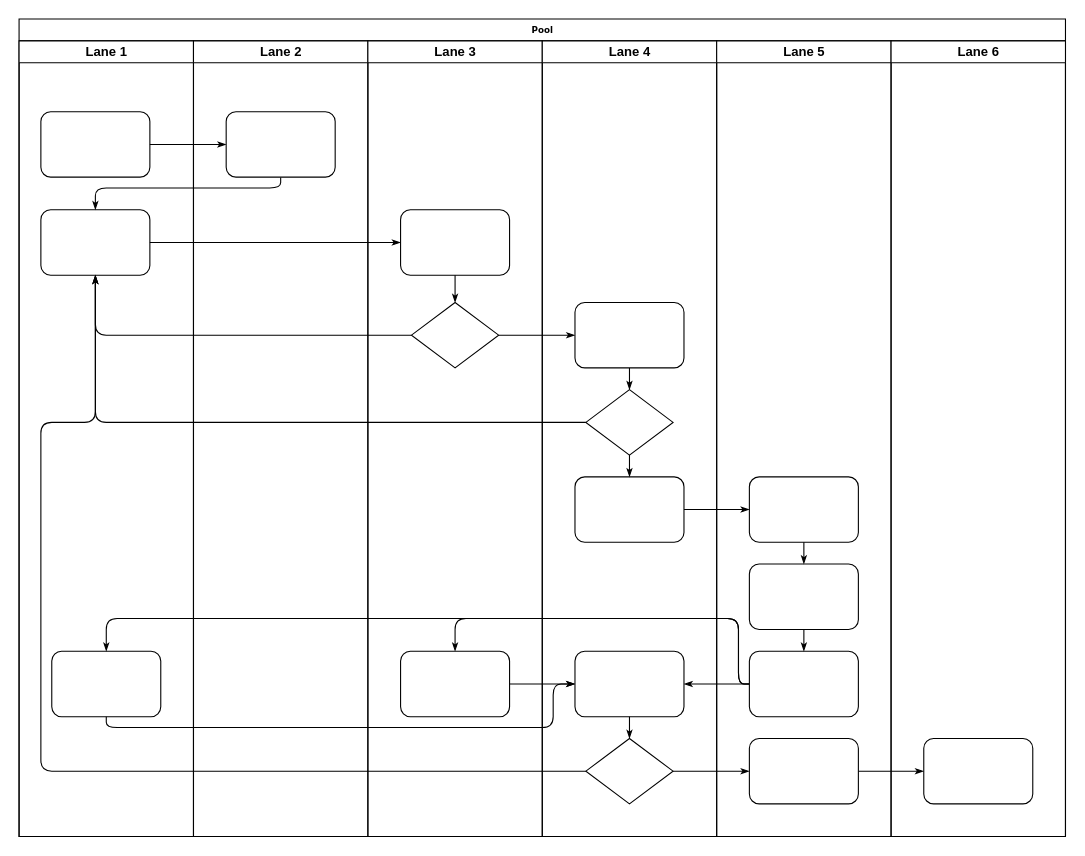
Above: Untitled Diagram.drawio in Cash1595/Rajah__IT311-Project-Repo (draw.io), before the change. Source tidied: cells renumbered, new cells numbered last; positions are measured from the earlier drawing's top-left corner, leaving out a move shared by most shapes. Both pictures are drawn from the tidied source at 109%, with x=0, y=0 at pixel (19, 19).
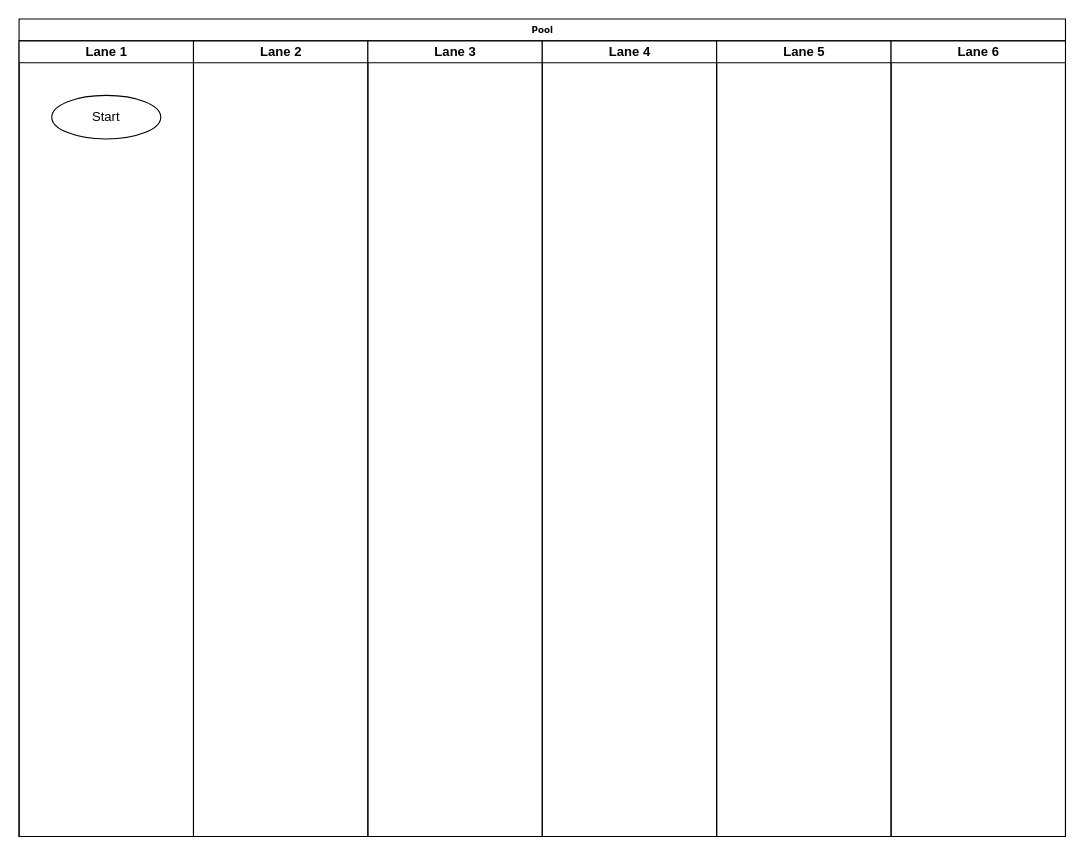
The same diagram, later.

The change refers to these unchanged cells:
```xml
<mxCell id="2" value="Pool" style="swimlane;html=1;startSize=20;rounded=0;shadow=0;labelBackgroundColor=none;strokeWidth=1;fontFamily=Verdana;fontSize=8;align=center;" parent="1" vertex="1">
  <mxGeometry width="960" height="750" as="geometry" />
</mxCell>
<mxCell id="3" value="Lane 1" style="swimlane;html=1;startSize=20;" parent="2" vertex="1">
  <mxGeometry y="20" width="160" height="730" as="geometry" />
</mxCell>
<mxCell id="22" value="Lane 2" style="swimlane;html=1;startSize=20;" parent="2" vertex="1">
  <mxGeometry x="160" y="20" width="160" height="730" as="geometry" />
</mxCell>
<mxCell id="24" value="Lane 3" style="swimlane;html=1;startSize=20;" parent="2" vertex="1">
  <mxGeometry x="320" y="20" width="160" height="730" as="geometry" />
</mxCell>
<mxCell id="29" value="Lane 4" style="swimlane;html=1;startSize=20;" parent="2" vertex="1">
  <mxGeometry x="480" y="20" width="160" height="730" as="geometry" />
</mxCell>
<mxCell id="38" value="Lane 5" style="swimlane;html=1;startSize=20;" parent="2" vertex="1">
  <mxGeometry x="640" y="20" width="160" height="730" as="geometry" />
</mxCell>
<mxCell id="45" value="Lane 6" style="swimlane;html=1;startSize=20;" parent="2" vertex="1">
  <mxGeometry x="800" y="20" width="160" height="730" as="geometry" />
</mxCell>
```

Diff of the diagram source:
```diff
@@
-    <mxCell id="4" style="rounded=1;whiteSpace=wrap;html=1;shadow=0;labelBackgroundColor=none;strokeWidth=1;fontFamily=Verdana;fontSize=8;align=center;" parent="3" vertex="1">
-      <mxGeometry x="20" y="65" width="100" height="60" as="geometry" />
-    </mxCell>
-    <mxCell id="5" style="rounded=1;whiteSpace=wrap;html=1;shadow=0;labelBackgroundColor=none;strokeWidth=1;fontFamily=Verdana;fontSize=8;align=center;" parent="3" vertex="1">
-      <mxGeometry x="20" y="155" width="100" height="60" as="geometry" />
-    </mxCell>
-    <mxCell id="6" style="rounded=1;whiteSpace=wrap;html=1;shadow=0;labelBackgroundColor=none;strokeWidth=1;fontFamily=Verdana;fontSize=8;align=center;" parent="3" vertex="1">
-      <mxGeometry x="30" y="560" width="100" height="60" as="geometry" />
-    </mxCell>
-    <mxCell id="7" style="edgeStyle=orthogonalEdgeStyle;rounded=1;html=1;labelBackgroundColor=none;startArrow=none;startFill=0;startSize=5;endArrow=classicThin;endFill=1;endSize=5;jettySize=auto;strokeWidth=1;fontFamily=Verdana;fontSize=8;" parent="2" edge="1" source="4" target="23">
-      <mxGeometry relative="1" as="geometry" />
-    </mxCell>
-    <mxCell id="8" style="edgeStyle=orthogonalEdgeStyle;rounded=1;html=1;labelBackgroundColor=none;startArrow=none;startFill=0;startSize=5;endArrow=classicThin;endFill=1;endSize=5;jettySize=auto;strokeWidth=1;fontFamily=Verdana;fontSize=8;" parent="2" edge="1" source="23" target="5">
-      <mxGeometry relative="1" as="geometry">
-        <Array as="points">
-          <mxPoint x="240" y="155" />
-          <mxPoint x="70" y="155" />
-        </Array>
-      </mxGeometry>
-    </mxCell>
-    <mxCell id="9" style="edgeStyle=orthogonalEdgeStyle;rounded=1;html=1;labelBackgroundColor=none;startArrow=none;startFill=0;startSize=5;endArrow=classicThin;endFill=1;endSize=5;jettySize=auto;strokeWidth=1;fontFamily=Verdana;fontSize=8;" parent="2" edge="1" source="5" target="25">
-      <mxGeometry relative="1" as="geometry" />
-    </mxCell>
-    <mxCell id="10" style="edgeStyle=orthogonalEdgeStyle;rounded=1;html=1;labelBackgroundColor=none;startArrow=none;startFill=0;startSize=5;endArrow=classicThin;endFill=1;endSize=5;jettySize=auto;strokeWidth=1;fontFamily=Verdana;fontSize=8;" parent="2" edge="1" source="26" target="5">
-      <mxGeometry relative="1" as="geometry" />
-    </mxCell>
-    <mxCell id="11" style="edgeStyle=orthogonalEdgeStyle;rounded=1;html=1;labelBackgroundColor=none;startArrow=none;startFill=0;startSize=5;endArrow=classicThin;endFill=1;endSize=5;jettySize=auto;strokeWidth=1;fontFamily=Verdana;fontSize=8;" parent="2" edge="1" source="31" target="5">
-      <mxGeometry relative="1" as="geometry" />
-    </mxCell>
-    <mxCell id="12" style="edgeStyle=orthogonalEdgeStyle;rounded=1;html=1;labelBackgroundColor=none;startArrow=none;startFill=0;startSize=5;endArrow=classicThin;endFill=1;endSize=5;jettySize=auto;strokeWidth=1;fontFamily=Verdana;fontSize=8;" parent="2" edge="1" source="34" target="5">
-      <mxGeometry relative="1" as="geometry">
-        <Array as="points">
-          <mxPoint x="20" y="690" />
-          <mxPoint x="20" y="370" />
-          <mxPoint x="70" y="370" />
-        </Array>
-      </mxGeometry>
-    </mxCell>
-    <mxCell id="13" style="edgeStyle=orthogonalEdgeStyle;rounded=1;html=1;labelBackgroundColor=none;startArrow=none;startFill=0;startSize=5;endArrow=classicThin;endFill=1;endSize=5;jettySize=auto;strokeWidth=1;fontFamily=Verdana;fontSize=8;" parent="2" edge="1" source="26" target="30">
-      <mxGeometry relative="1" as="geometry" />
-    </mxCell>
-    <mxCell id="14" style="edgeStyle=orthogonalEdgeStyle;rounded=1;html=1;labelBackgroundColor=none;startArrow=none;startFill=0;startSize=5;endArrow=classicThin;endFill=1;endSize=5;jettySize=auto;strokeWidth=1;fontFamily=Verdana;fontSize=8;" parent="2" edge="1" source="34" target="42">
-      <mxGeometry relative="1" as="geometry" />
-    </mxCell>
-    <mxCell id="15" style="edgeStyle=orthogonalEdgeStyle;rounded=1;html=1;labelBackgroundColor=none;startArrow=none;startFill=0;startSize=5;endArrow=classicThin;endFill=1;endSize=5;jettySize=auto;strokeWidth=1;fontFamily=Verdana;fontSize=8;" parent="2" edge="1" source="42" target="46">
-      <mxGeometry relative="1" as="geometry" />
-    </mxCell>
-    <mxCell id="16" style="edgeStyle=orthogonalEdgeStyle;rounded=1;html=1;labelBackgroundColor=none;startArrow=none;startFill=0;startSize=5;endArrow=classicThin;endFill=1;endSize=5;jettySize=auto;strokeWidth=1;fontFamily=Verdana;fontSize=8;" parent="2" edge="1" source="32" target="39">
-      <mxGeometry relative="1" as="geometry" />
-    </mxCell>
-    <mxCell id="17" style="edgeStyle=orthogonalEdgeStyle;rounded=1;html=1;labelBackgroundColor=none;startArrow=none;startFill=0;startSize=5;endArrow=classicThin;endFill=1;endSize=5;jettySize=auto;strokeWidth=1;fontFamily=Verdana;fontSize=8;" parent="2" edge="1" source="41" target="27">
-      <mxGeometry relative="1" as="geometry">
-        <Array as="points">
-          <mxPoint x="660" y="610" />
-          <mxPoint x="660" y="550" />
-          <mxPoint x="400" y="550" />
-        </Array>
-      </mxGeometry>
-    </mxCell>
-    <mxCell id="18" style="edgeStyle=orthogonalEdgeStyle;rounded=1;html=1;labelBackgroundColor=none;startArrow=none;startFill=0;startSize=5;endArrow=classicThin;endFill=1;endSize=5;jettySize=auto;strokeColor=#000000;strokeWidth=1;fontFamily=Verdana;fontSize=8;fontColor=#000000;" parent="2" edge="1" source="41" target="33">
-      <mxGeometry relative="1" as="geometry" />
-    </mxCell>
-    <mxCell id="19" style="edgeStyle=orthogonalEdgeStyle;rounded=1;html=1;labelBackgroundColor=none;startArrow=none;startFill=0;startSize=5;endArrow=classicThin;endFill=1;endSize=5;jettySize=auto;strokeWidth=1;fontFamily=Verdana;fontSize=8;" parent="2" edge="1" source="41" target="6">
-      <mxGeometry relative="1" as="geometry">
-        <Array as="points">
-          <mxPoint x="660" y="610" />
-          <mxPoint x="660" y="550" />
-          <mxPoint x="80" y="550" />
-        </Array>
-      </mxGeometry>
-    </mxCell>
-    <mxCell id="20" style="edgeStyle=orthogonalEdgeStyle;rounded=1;html=1;labelBackgroundColor=none;startArrow=none;startFill=0;startSize=5;endArrow=classicThin;endFill=1;endSize=5;jettySize=auto;strokeWidth=1;fontFamily=Verdana;fontSize=8;" parent="2" edge="1" source="6" target="33">
-      <mxGeometry relative="1" as="geometry">
-        <Array as="points">
-          <mxPoint x="80" y="650" />
-          <mxPoint x="490" y="650" />
-          <mxPoint x="490" y="610" />
-        </Array>
-      </mxGeometry>
-    </mxCell>
-    <mxCell id="21" style="edgeStyle=orthogonalEdgeStyle;rounded=1;html=1;labelBackgroundColor=none;startArrow=none;startFill=0;startSize=5;endArrow=classicThin;endFill=1;endSize=5;jettySize=auto;strokeWidth=1;fontFamily=Verdana;fontSize=8;" parent="2" edge="1" source="27" target="33">
-      <mxGeometry relative="1" as="geometry" />
-    </mxCell>
+    <mxCell id="47" value="Start" style="ellipse;whiteSpace=wrap;html=1;" parent="3" vertex="1">
+      <mxGeometry x="30" y="50" width="100" height="40" as="geometry" />
+    </mxCell>
@@
-    <mxCell id="23" style="rounded=1;whiteSpace=wrap;html=1;shadow=0;labelBackgroundColor=none;strokeWidth=1;fontFamily=Verdana;fontSize=8;align=center;" parent="22" vertex="1">
-      <mxGeometry x="30" y="65" width="100" height="60" as="geometry" />
-    </mxCell>
@@
-    <mxCell id="25" style="rounded=1;whiteSpace=wrap;html=1;shadow=0;labelBackgroundColor=none;strokeWidth=1;fontFamily=Verdana;fontSize=8;align=center;" parent="24" vertex="1">
-      <mxGeometry x="30" y="155" width="100" height="60" as="geometry" />
-    </mxCell>
-    <mxCell id="26" style="rhombus;whiteSpace=wrap;html=1;rounded=0;shadow=0;labelBackgroundColor=none;strokeWidth=1;fontFamily=Verdana;fontSize=8;align=center;" parent="24" vertex="1">
-      <mxGeometry x="40" y="240" width="80" height="60" as="geometry" />
-    </mxCell>
-    <mxCell id="27" style="rounded=1;whiteSpace=wrap;html=1;shadow=0;labelBackgroundColor=none;strokeWidth=1;fontFamily=Verdana;fontSize=8;align=center;" parent="24" vertex="1">
-      <mxGeometry x="30" y="560" width="100" height="60" as="geometry" />
-    </mxCell>
-    <mxCell id="28" style="edgeStyle=orthogonalEdgeStyle;rounded=1;html=1;labelBackgroundColor=none;startArrow=none;startFill=0;startSize=5;endArrow=classicThin;endFill=1;endSize=5;jettySize=auto;strokeWidth=1;fontFamily=Verdana;fontSize=8;" parent="24" edge="1" source="25" target="26">
-      <mxGeometry relative="1" as="geometry" />
-    </mxCell>
@@
-    <mxCell id="30" style="rounded=1;whiteSpace=wrap;html=1;shadow=0;labelBackgroundColor=none;strokeWidth=1;fontFamily=Verdana;fontSize=8;align=center;" parent="29" vertex="1">
-      <mxGeometry x="30" y="240" width="100" height="60" as="geometry" />
-    </mxCell>
-    <mxCell id="31" style="rhombus;whiteSpace=wrap;html=1;rounded=0;shadow=0;labelBackgroundColor=none;strokeWidth=1;fontFamily=Verdana;fontSize=8;align=center;" parent="29" vertex="1">
-      <mxGeometry x="40" y="320" width="80" height="60" as="geometry" />
-    </mxCell>
-    <mxCell id="32" style="rounded=1;whiteSpace=wrap;html=1;shadow=0;labelBackgroundColor=none;strokeWidth=1;fontFamily=Verdana;fontSize=8;align=center;" parent="29" vertex="1">
-      <mxGeometry x="30" y="400" width="100" height="60" as="geometry" />
-    </mxCell>
-    <mxCell id="33" style="rounded=1;whiteSpace=wrap;html=1;shadow=0;labelBackgroundColor=none;strokeWidth=1;fontFamily=Verdana;fontSize=8;align=center;" parent="29" vertex="1">
-      <mxGeometry x="30" y="560" width="100" height="60" as="geometry" />
-    </mxCell>
-    <mxCell id="34" style="rhombus;whiteSpace=wrap;html=1;rounded=0;shadow=0;labelBackgroundColor=none;strokeWidth=1;fontFamily=Verdana;fontSize=8;align=center;" parent="29" vertex="1">
-      <mxGeometry x="40" y="640" width="80" height="60" as="geometry" />
-    </mxCell>
-    <mxCell id="35" style="edgeStyle=orthogonalEdgeStyle;rounded=1;html=1;labelBackgroundColor=none;startArrow=none;startFill=0;startSize=5;endArrow=classicThin;endFill=1;endSize=5;jettySize=auto;strokeColor=#000000;strokeWidth=1;fontFamily=Verdana;fontSize=8;fontColor=#000000;" parent="29" edge="1" source="30" target="31">
-      <mxGeometry relative="1" as="geometry" />
-    </mxCell>
-    <mxCell id="36" style="edgeStyle=orthogonalEdgeStyle;rounded=1;html=1;labelBackgroundColor=none;startArrow=none;startFill=0;startSize=5;endArrow=classicThin;endFill=1;endSize=5;jettySize=auto;strokeWidth=1;fontFamily=Verdana;fontSize=8;" parent="29" edge="1" source="31" target="32">
-      <mxGeometry relative="1" as="geometry" />
-    </mxCell>
-    <mxCell id="37" style="edgeStyle=orthogonalEdgeStyle;rounded=1;html=1;labelBackgroundColor=none;startArrow=none;startFill=0;startSize=5;endArrow=classicThin;endFill=1;endSize=5;jettySize=auto;strokeWidth=1;fontFamily=Verdana;fontSize=8;" parent="29" edge="1" source="33" target="34">
-      <mxGeometry relative="1" as="geometry" />
-    </mxCell>
@@
-    <mxCell id="39" style="rounded=1;whiteSpace=wrap;html=1;shadow=0;labelBackgroundColor=none;strokeWidth=1;fontFamily=Verdana;fontSize=8;align=center;" parent="38" vertex="1">
-      <mxGeometry x="30" y="400" width="100" height="60" as="geometry" />
-    </mxCell>
-    <mxCell id="40" style="rounded=1;whiteSpace=wrap;html=1;shadow=0;labelBackgroundColor=none;strokeWidth=1;fontFamily=Verdana;fontSize=8;align=center;" parent="38" vertex="1">
-      <mxGeometry x="30" y="480" width="100" height="60" as="geometry" />
-    </mxCell>
-    <mxCell id="41" style="rounded=1;whiteSpace=wrap;html=1;shadow=0;labelBackgroundColor=none;strokeWidth=1;fontFamily=Verdana;fontSize=8;align=center;" parent="38" vertex="1">
-      <mxGeometry x="30" y="560" width="100" height="60" as="geometry" />
-    </mxCell>
-    <mxCell id="42" style="rounded=1;whiteSpace=wrap;html=1;shadow=0;labelBackgroundColor=none;strokeWidth=1;fontFamily=Verdana;fontSize=8;align=center;" parent="38" vertex="1">
-      <mxGeometry x="30" y="640" width="100" height="60" as="geometry" />
-    </mxCell>
-    <mxCell id="43" style="edgeStyle=orthogonalEdgeStyle;rounded=1;html=1;labelBackgroundColor=none;startArrow=none;startFill=0;startSize=5;endArrow=classicThin;endFill=1;endSize=5;jettySize=auto;strokeWidth=1;fontFamily=Verdana;fontSize=8;" parent="38" edge="1" source="39" target="40">
-      <mxGeometry relative="1" as="geometry" />
-    </mxCell>
-    <mxCell id="44" style="edgeStyle=orthogonalEdgeStyle;rounded=1;html=1;labelBackgroundColor=none;startArrow=none;startFill=0;startSize=5;endArrow=classicThin;endFill=1;endSize=5;jettySize=auto;strokeWidth=1;fontFamily=Verdana;fontSize=8;" parent="38" edge="1" source="40" target="41">
-      <mxGeometry relative="1" as="geometry" />
-    </mxCell>
@@
-    <mxCell id="46" style="rounded=1;whiteSpace=wrap;html=1;shadow=0;labelBackgroundColor=none;strokeWidth=1;fontFamily=Verdana;fontSize=8;align=center;" parent="45" vertex="1">
-      <mxGeometry x="30" y="640" width="100" height="60" as="geometry" />
-    </mxCell>
```
